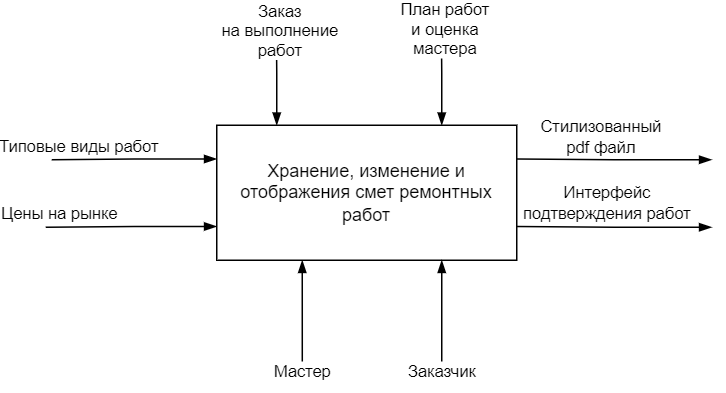
Before: 2/gb_module2_2-0.drawio.png, a diagram exported from draw.io (mrr000/gb_module2). Source tidied: cells renumbered, new cells last; positions are measured from the earlier drawing's top-left corner, leaving out a move shared by most shapes.
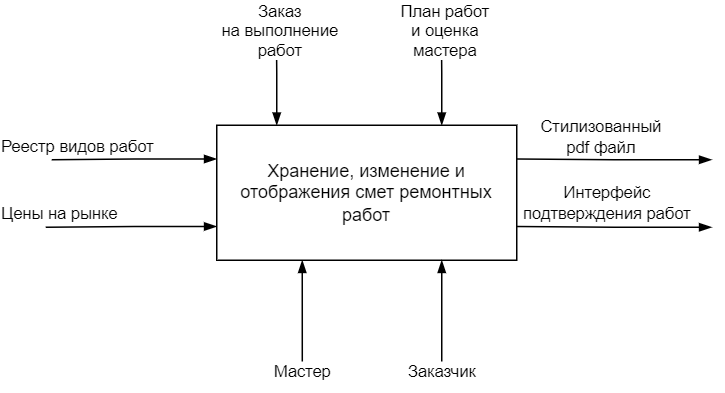
After the commit.

Commit message:
Updates diagramms by comment, adds images to readme

Diff of the diagram source:
```diff
@@ -7,7 +7,7 @@
         <mxPoint x="4" y="93" as="targetPoint" />
       </mxGeometry>
     </mxCell>
-    <mxCell id="3" value="Типовые виды работ" style="edgeLabel;html=1;align=center;verticalAlign=middle;" parent="2" vertex="1">
+    <mxCell id="3" value="Реестр видов работ" style="edgeLabel;html=1;align=center;verticalAlign=middle;" parent="2" vertex="1">
       <mxGeometry x="0.83" y="-1" relative="1" as="geometry">
         <mxPoint x="8" y="-8" as="offset" />
       </mxGeometry>
```
